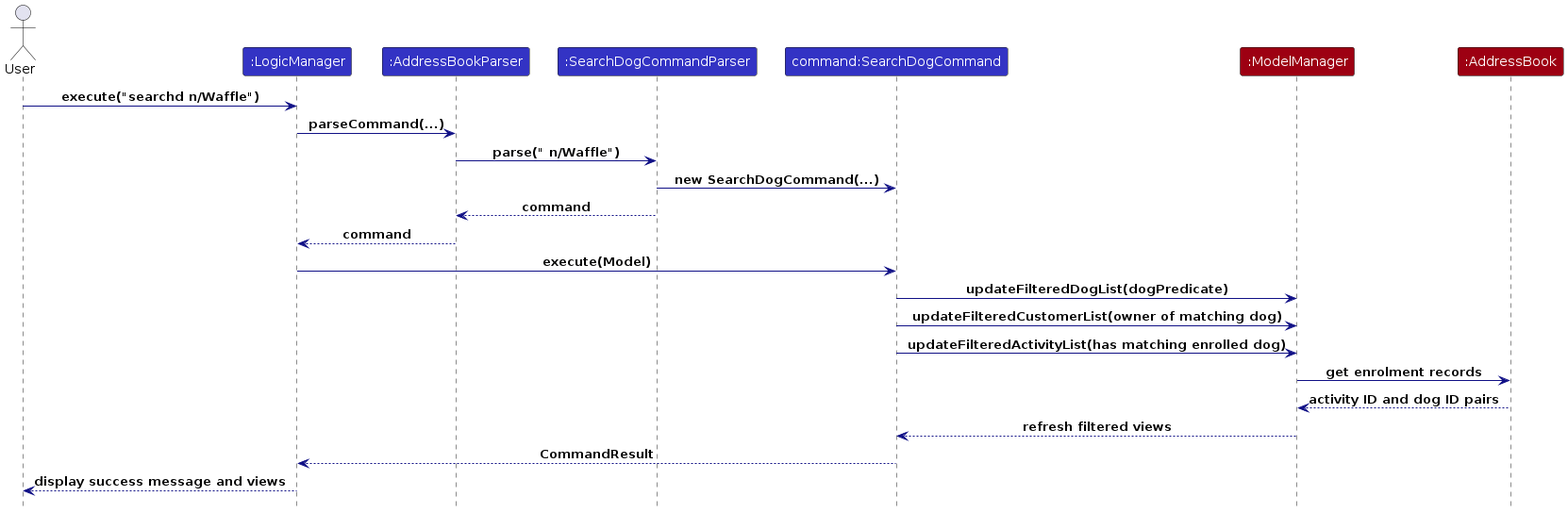
The PlantUML diagram diagrams/SearchDogSequenceDiagram.png in AY2627S1-CS2103T-T15-4/tp, before a commit. Its source is kept beside it as diagrams/SearchDogSequenceDiagram.puml.
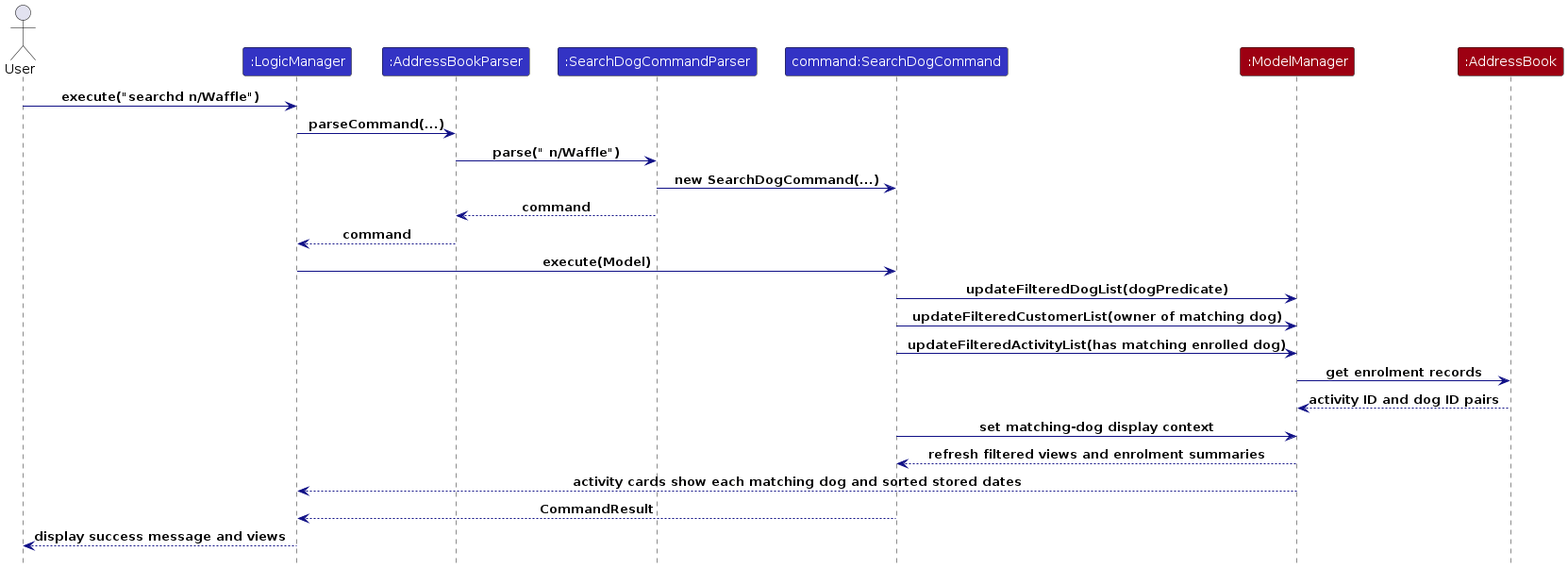
Above is the later version.

Diff of the diagram source:
```diff
@@ -22,7 +22,9 @@
 Command -> Model : updateFilteredActivityList(has matching enrolled dog)
 Model -> Book : get enrolment records
 Book --> Model : activity ID and dog ID pairs
-Model --> Command : refresh filtered views
+Command -> Model : set matching-dog display context
+Model --> Command : refresh filtered views and enrolment summaries
+Model --> Logic : activity cards show each matching dog and sorted stored dates
 Command --> Logic : CommandResult
 Logic --> User : display success message and views
 @enduml
```
